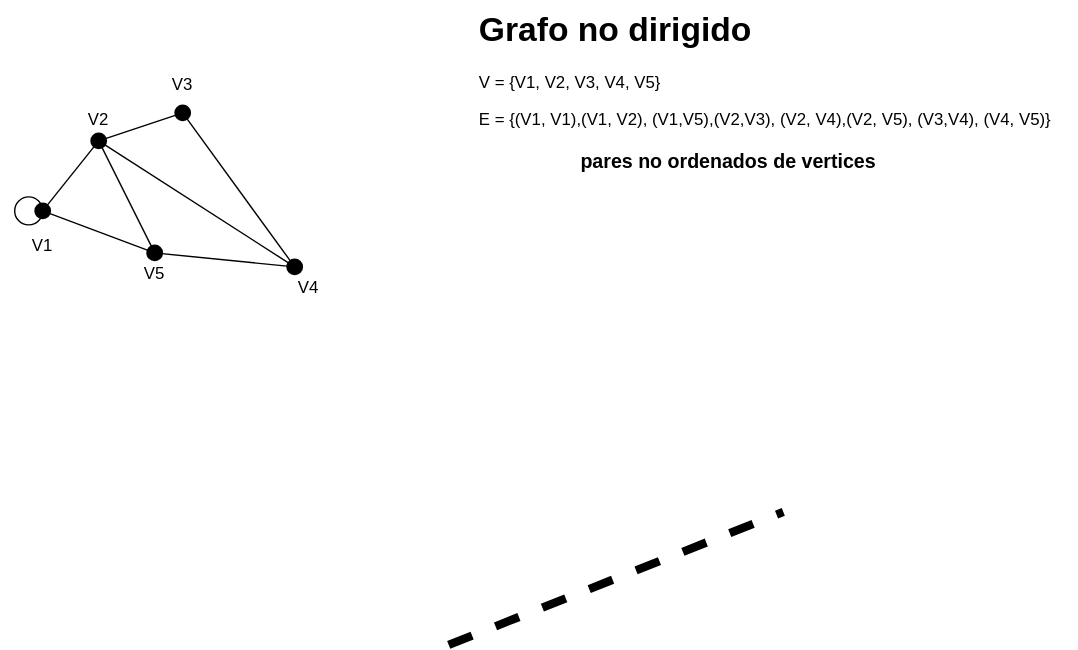
The draw.io diagram Estructura-de-datos/Grafos/Grafo-nodir.drawio.svg in Nordcode-cyber/Algoritmos-Estructdatos, before a commit. Source tidied: cells renumbered, new cells last; positions are measured from the earlier drawing's top-left corner, leaving out a move shared by most shapes.
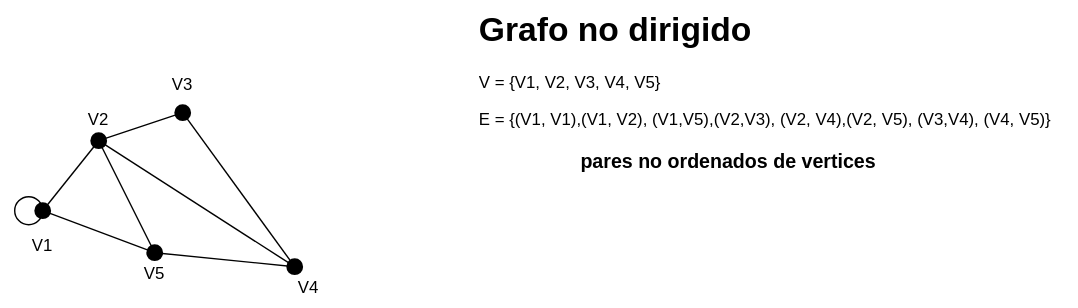
After the change.

The edit, as a diff of the source:
```diff
@@ -5,12 +5,6 @@
     <mxCell id="2" value="&lt;h1 style=&quot;margin-top: 0px;&quot;&gt;&lt;font style=&quot;color: light-dark(rgb(0, 0, 0), rgb(0, 153, 0));&quot;&gt;Grafo no dirigido&lt;/font&gt;&lt;/h1&gt;&lt;p&gt;&amp;nbsp;&lt;font style=&quot;color: light-dark(rgb(0, 0, 0), rgb(0, 0, 255));&quot;&gt;V = {V1, V2, V3, V4, V5}&lt;/font&gt;&lt;/p&gt;&lt;p&gt;&lt;font style=&quot;color: light-dark(rgb(0, 0, 0), rgb(178, 0, 0));&quot;&gt;E = {(V1, V1),(V1, V2), (V1,V5),(V2,V3), (V2, V4),(V2, V5), (V3,V4), (V4, V5)}&lt;/font&gt;&lt;/p&gt;" style="text;html=1;whiteSpace=wrap;overflow=hidden;rounded=0;" parent="1" vertex="1">
       <mxGeometry x="340" width="430" height="120" as="geometry" />
     </mxCell>
-    <mxCell id="3" style="endArrow=none;dashed=1;html=1;strokeWidth=6;" parent="1" edge="1">
-      <mxGeometry relative="1" as="geometry">
-        <mxPoint x="320" y="460" as="sourcePoint" />
-        <mxPoint x="559" y="365" as="targetPoint" />
-      </mxGeometry>
-    </mxCell>
     <mxCell id="4" value="&lt;b&gt;&lt;font style=&quot;font-size: 14px;&quot;&gt;pares no ordenados de vertices&lt;/font&gt;&lt;/b&gt;" style="text;html=1;align=center;verticalAlign=middle;whiteSpace=wrap;rounded=0;" parent="1" vertex="1">
       <mxGeometry x="400" y="100" width="240" height="30" as="geometry" />
     </mxCell>
```
